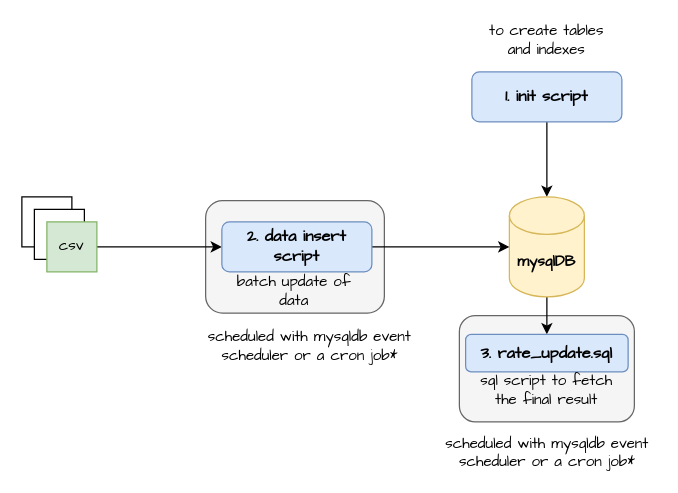
prabhupad26/100daysofML keeps this draw.io diagram as page "Page-1" (1 of 2) of Untitled Diagram.drawio. Above is the earlier version. Source tidied: cells renumbered, new cells numbered last; positions are measured from the earlier drawing's top-left corner, leaving out a move shared by most shapes. Both pictures are drawn from the tidied source at 125%, with x=0, y=0 at pixel (21, 21).
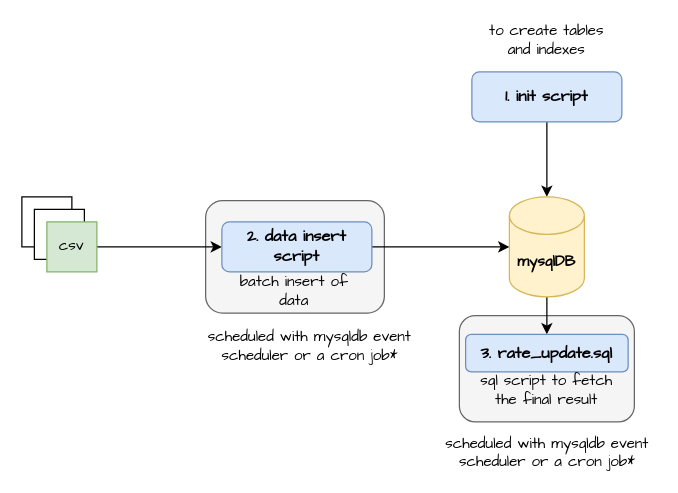
After the change.

The edit, as a diff of the source:
```diff
@@
 <mxGraphModel>
   <root>
     <mxCell id="0" />
     <mxCell id="1" parent="0" />
     <mxCell id="2" style="rounded=1;whiteSpace=wrap;html=1;hachureGap=4;fontFamily=Architects Daughter;fillColor=#f5f5f5;fontColor=#333333;strokeColor=#666666;" parent="1" vertex="1">
       <mxGeometry x="147" y="143" width="143" height="90" as="geometry" />
     </mxCell>
     <mxCell id="3" style="rounded=1;whiteSpace=wrap;html=1;hachureGap=4;fontFamily=Architects Daughter;fillColor=#f5f5f5;strokeColor=#666666;fontColor=#333333;" parent="1" vertex="1">
       <mxGeometry x="350" y="235" width="140" height="85" as="geometry" />
     </mxCell>
     <mxCell id="4" style="edgeStyle=orthogonalEdgeStyle;rounded=0;hachureGap=4;jettySize=auto;html=1;fontFamily=Architects Daughter;" parent="1" edge="1" source="5" target="11">
       <mxGeometry relative="1" as="geometry" />
     </mxCell>
     <mxCell id="5" value="&lt;font face=&quot;Comic Sans MS&quot; size=&quot;1&quot; style=&quot;&quot;&gt;&lt;b style=&quot;font-size: 13px;&quot;&gt;1. init script&lt;/b&gt;&lt;/font&gt;" style="rounded=1;whiteSpace=wrap;html=1;hachureGap=4;fontFamily=Times New Roman;fillColor=#dae8fc;strokeColor=#6c8ebf;" parent="1" vertex="1">
       <mxGeometry x="360" y="40" width="120" height="40" as="geometry" />
     </mxCell>
     <mxCell id="6" style="whiteSpace=wrap;html=1;hachureGap=4;fontFamily=Architects Daughter;" parent="1" vertex="1">
       <mxGeometry y="140" width="40" height="40" as="geometry" />
     </mxCell>
     <mxCell id="7" style="whiteSpace=wrap;html=1;hachureGap=4;fontFamily=Architects Daughter;" parent="1" vertex="1">
       <mxGeometry x="10" y="150" width="40" height="40" as="geometry" />
     </mxCell>
     <mxCell id="8" style="edgeStyle=orthogonalEdgeStyle;rounded=0;hachureGap=4;jettySize=auto;html=1;fontFamily=Architects Daughter;" parent="1" edge="1" source="9" target="13">
       <mxGeometry relative="1" as="geometry" />
     </mxCell>
     <mxCell id="9" value="csv" style="whiteSpace=wrap;html=1;hachureGap=4;fontFamily=Architects Daughter;fillColor=#d5e8d4;strokeColor=#82b366;" parent="1" vertex="1">
       <mxGeometry x="20" y="160" width="40" height="40" as="geometry" />
     </mxCell>
     <mxCell id="10" style="edgeStyle=orthogonalEdgeStyle;rounded=0;hachureGap=4;jettySize=auto;html=1;entryX=0.5;entryY=0;entryDx=0;entryDy=0;fontFamily=Comic Sans MS;" parent="1" edge="1" source="11" target="14">
       <mxGeometry relative="1" as="geometry" />
     </mxCell>
     <mxCell id="11" value="&lt;font face=&quot;Comic Sans MS&quot;&gt;&lt;b&gt;mysqlDB&lt;/b&gt;&lt;/font&gt;" style="shape=cylinder3;whiteSpace=wrap;html=1;boundedLbl=1;backgroundOutline=1;size=15;hachureGap=4;fontFamily=Architects Daughter;fillColor=#fff2cc;strokeColor=#d6b656;" parent="1" vertex="1">
       <mxGeometry x="390" y="140" width="60" height="80" as="geometry" />
     </mxCell>
     <mxCell id="12" style="edgeStyle=orthogonalEdgeStyle;rounded=0;hachureGap=4;jettySize=auto;html=1;fontFamily=Architects Daughter;" parent="1" edge="1" source="13" target="11">
       <mxGeometry relative="1" as="geometry" />
     </mxCell>
     <mxCell id="13" value="&lt;font face=&quot;Comic Sans MS&quot; size=&quot;1&quot; style=&quot;&quot;&gt;&lt;b style=&quot;font-size: 13px;&quot;&gt;2. data insert script&lt;/b&gt;&lt;/font&gt;" style="rounded=1;whiteSpace=wrap;html=1;hachureGap=4;fontFamily=Times New Roman;fillColor=#dae8fc;strokeColor=#6c8ebf;" parent="1" vertex="1">
       <mxGeometry x="160" y="160" width="120" height="40" as="geometry" />
     </mxCell>
     <mxCell id="14" value="&lt;font style=&quot;font-size: 13px;&quot; face=&quot;Comic Sans MS&quot;&gt;&lt;b style=&quot;font-size: 13px;&quot;&gt;3. rate_update.sql&lt;/b&gt;&lt;/font&gt;" style="rounded=1;whiteSpace=wrap;html=1;hachureGap=4;fontFamily=Times New Roman;fillColor=#dae8fc;strokeColor=#6c8ebf;fontSize=13;" parent="1" vertex="1">
       <mxGeometry x="355" y="250" width="130" height="30" as="geometry" />
     </mxCell>
-    <mxCell id="15" value="batch update of data" style="text;html=1;align=center;verticalAlign=middle;whiteSpace=wrap;rounded=0;fontFamily=Comic Sans MS;fontStyle=0;" parent="1" vertex="1">
+    <mxCell id="15" value="batch insert of data" style="text;html=1;align=center;verticalAlign=middle;whiteSpace=wrap;rounded=0;fontFamily=Comic Sans MS;fontStyle=0;" parent="1" vertex="1">
       <mxGeometry x="163" y="201" width="110" height="30" as="geometry" />
     </mxCell>
     <mxCell id="16" value="sql script to fetch the final result" style="text;html=1;align=center;verticalAlign=middle;whiteSpace=wrap;rounded=0;fontFamily=Comic Sans MS;fontStyle=0;" parent="1" vertex="1">
       <mxGeometry x="365" y="280" width="110" height="30" as="geometry" />
     </mxCell>
     <mxCell id="17" value="to create tables and indexes" style="text;html=1;align=center;verticalAlign=middle;whiteSpace=wrap;rounded=0;fontFamily=Comic Sans MS;fontStyle=0;" parent="1" vertex="1">
       <mxGeometry x="365" width="110" height="30" as="geometry" />
     </mxCell>
     <mxCell id="18" value="scheduled with mysqldb event scheduler or a cron job*" style="text;html=1;align=center;verticalAlign=middle;whiteSpace=wrap;rounded=0;fontFamily=Comic Sans MS;fontStyle=0;" parent="1" vertex="1">
       <mxGeometry x="332.5" y="330" width="175" height="30" as="geometry" />
     </mxCell>
     <mxCell id="19" value="scheduled with mysqldb event scheduler or a cron job*" style="text;html=1;align=center;verticalAlign=middle;whiteSpace=wrap;rounded=0;fontFamily=Comic Sans MS;fontStyle=0;" parent="1" vertex="1">
       <mxGeometry x="142.5" y="245" width="175" height="30" as="geometry" />
     </mxCell>
   </root>
 </mxGraphModel>
```
